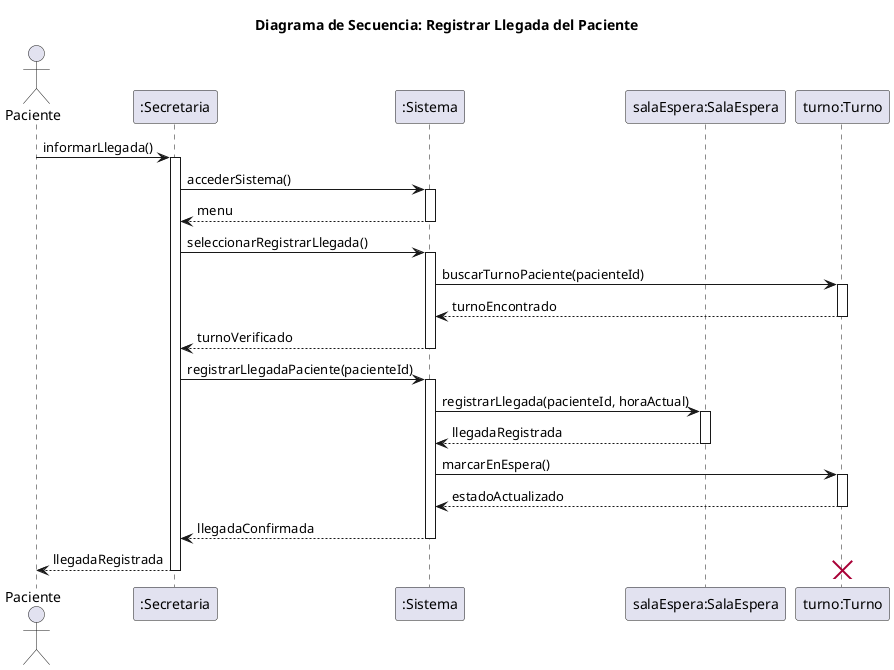
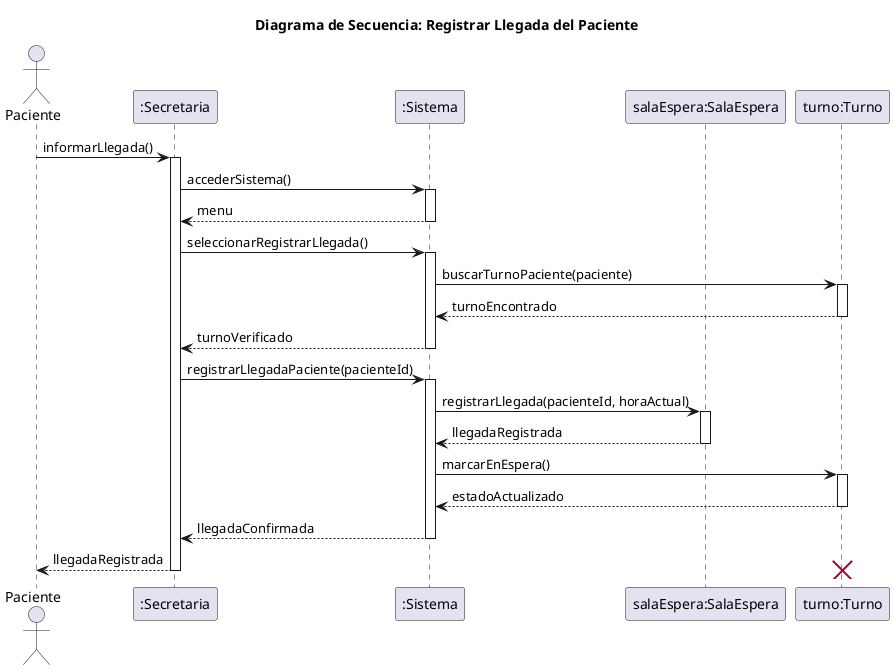
@startuml
title Diagrama de Secuencia: Registrar Llegada del Paciente

actor Paciente
participant ":Secretaria" as secretaria
participant ":Sistema" as sistema
participant "salaEspera:SalaEspera" as salaEspera
participant "turno:Turno" as turno

Paciente -> secretaria: informarLlegada()
activate secretaria
secretaria -> sistema: accederSistema()
activate sistema
sistema --> secretaria: menu
deactivate sistema
secretaria -> sistema: seleccionarRegistrarLlegada()
activate sistema
- sistema -> turno: buscarTurnoPaciente(pacienteId)
+ sistema -> turno: buscarTurnoPaciente(paciente)
activate turno
turno --> sistema: turnoEncontrado
deactivate turno
sistema --> secretaria: turnoVerificado
deactivate sistema
secretaria -> sistema: registrarLlegadaPaciente(pacienteId)
activate sistema
sistema -> salaEspera: registrarLlegada(pacienteId, horaActual)
activate salaEspera
salaEspera --> sistema: llegadaRegistrada
deactivate salaEspera
sistema -> turno: marcarEnEspera()
activate turno
turno --> sistema: estadoActualizado
deactivate turno
sistema --> secretaria: llegadaConfirmada
deactivate sistema
secretaria --> Paciente: llegadaRegistrada
deactivate secretaria

destroy turno
@enduml